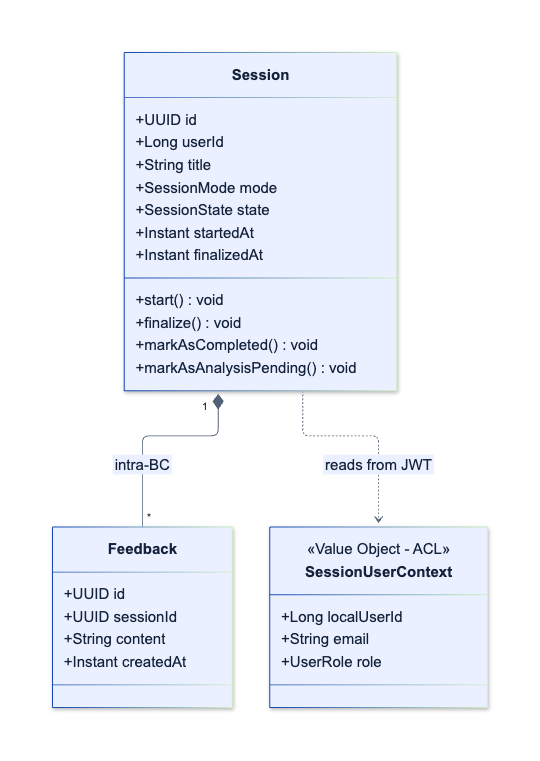
Before: assets/diagrams/tactical/04-practice-sessions-classes.png, a diagram exported from Mermaid (upc-pre-202620-si728-16365-thropic/talki-project-report). Its source is kept beside it as assets/diagrams/tactical/04-practice-sessions-classes.mmd. Source of this version:
```mermaid
classDiagram
    class Session {
        +UUID id
        +Long userId
        +String title
        +SessionMode mode
        +SessionState state
        +Instant startedAt
        +Instant finalizedAt
        +start() void
        +finalize() void
        +markAsCompleted() void
        +markAsAnalysisPending() void
    }
    class Feedback {
        +UUID id
        +UUID sessionId
        +String content
        +Instant createdAt
    }
    class SessionUserContext {
        <<Value Object - ACL>>
        +Long localUserId
        +String email
        +UserRole role
    }
    Session "1" *-- "*" Feedback : intra-BC
    Session ..> SessionUserContext : reads from JWT
```
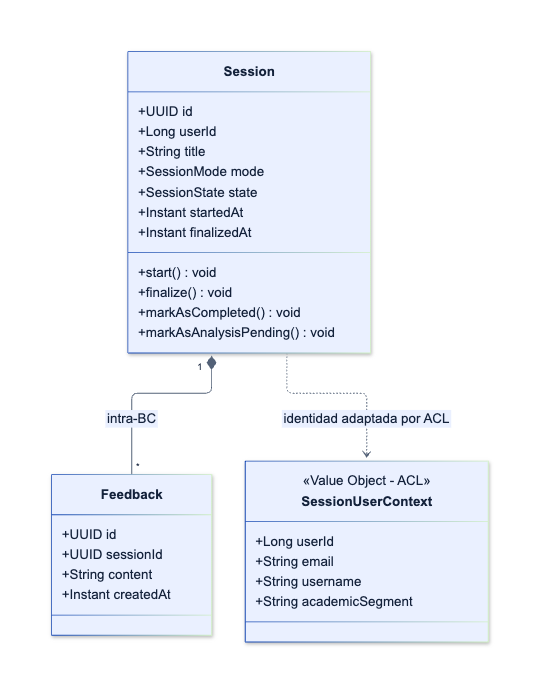
Later version of the same file.

What changed in the source:
```diff
@@ -20,9 +20,10 @@
     }
     class SessionUserContext {
         <<Value Object - ACL>>
-        +Long localUserId
+        +Long userId
         +String email
-        +UserRole role
+        +String username
+        +String academicSegment
     }
     Session "1" *-- "*" Feedback : intra-BC
-    Session ..> SessionUserContext : reads from JWT
+    Session ..> SessionUserContext : identidad adaptada por ACL
```
